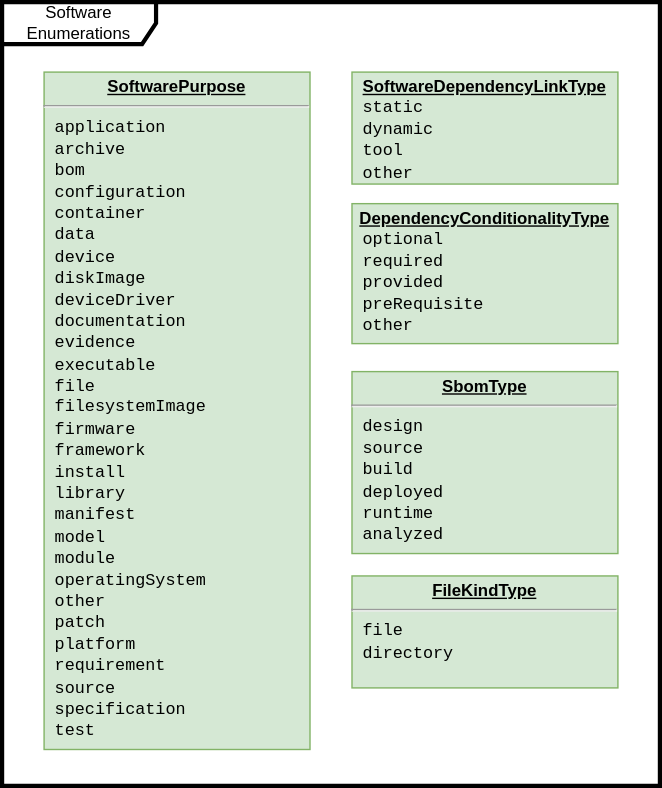
spdx/spdx-3-model keeps this draw.io diagram as model Software Enumerations.svg. Above is the earlier version. Source tidied: cells renumbered, new cells last; positions are measured from the earlier drawing's top-left corner, leaving out a move shared by most shapes. Its diagram source:
```xml
<mxGraphModel>
  <root>
    <mxCell id="0" />
    <mxCell id="1" parent="0" />
    <mxCell id="2" value="Software Enumerations" style="shape=umlFrame;whiteSpace=wrap;html=1;width=110;height=30;strokeWidth=3;" parent="1" vertex="1">
      <mxGeometry width="470" height="560" as="geometry" />
    </mxCell>
    <mxCell id="3" value="&lt;p style=&quot;margin: 0px ; margin-top: 4px ; text-align: center ; text-decoration: underline&quot;&gt;&lt;b&gt;SoftwarePurpose&lt;/b&gt;&lt;/p&gt;&lt;hr&gt;&lt;p style=&quot;margin: 0px 0px 0px 8px&quot;&gt;&lt;font face=&quot;Courier New&quot;&gt;application&lt;/font&gt;&lt;/p&gt;&lt;p style=&quot;margin: 0px 0px 0px 8px&quot;&gt;&lt;span style=&quot;font-family: &amp;quot;Courier New&amp;quot;;&quot;&gt;archive&lt;/span&gt;&lt;font face=&quot;Courier New&quot;&gt;&lt;br&gt;&lt;/font&gt;&lt;/p&gt;&lt;p style=&quot;margin: 0px 0px 0px 8px&quot;&gt;&lt;span style=&quot;font-family: &amp;quot;Courier New&amp;quot;;&quot;&gt;bom&lt;/span&gt;&lt;span style=&quot;font-family: &amp;quot;Courier New&amp;quot;;&quot;&gt;&lt;br&gt;&lt;/span&gt;&lt;/p&gt;&lt;p style=&quot;margin: 0px 0px 0px 8px&quot;&gt;&lt;span style=&quot;font-family: &amp;quot;Courier New&amp;quot;;&quot;&gt;configuration&lt;/span&gt;&lt;span style=&quot;font-family: &amp;quot;Courier New&amp;quot;;&quot;&gt;&lt;br&gt;&lt;/span&gt;&lt;/p&gt;&lt;p style=&quot;margin: 0px 0px 0px 8px&quot;&gt;&lt;span style=&quot;font-family: &amp;quot;Courier New&amp;quot;;&quot;&gt;container&lt;/span&gt;&lt;font face=&quot;Courier New&quot;&gt;&lt;br&gt;&lt;/font&gt;&lt;/p&gt;&lt;p style=&quot;margin: 0px 0px 0px 8px&quot;&gt;&lt;span style=&quot;font-family: &amp;quot;Courier New&amp;quot;;&quot;&gt;data&lt;/span&gt;&lt;span style=&quot;font-family: &amp;quot;Courier New&amp;quot;;&quot;&gt;&lt;br&gt;&lt;/span&gt;&lt;/p&gt;&lt;p style=&quot;margin: 0px 0px 0px 8px&quot;&gt;&lt;span style=&quot;font-family: &amp;quot;Courier New&amp;quot;;&quot;&gt;device&lt;/span&gt;&lt;font face=&quot;Courier New&quot;&gt;&lt;br&gt;&lt;/font&gt;&lt;/p&gt;&lt;p style=&quot;margin: 0px 0px 0px 8px&quot;&gt;&lt;span style=&quot;font-family: &amp;quot;Courier New&amp;quot;;&quot;&gt;diskImage&lt;/span&gt;&lt;/p&gt;&lt;p style=&quot;margin: 0px 0px 0px 8px&quot;&gt;&lt;span style=&quot;font-family: &amp;quot;Courier New&amp;quot;;&quot;&gt;deviceDriver&lt;/span&gt;&lt;/p&gt;&lt;p style=&quot;margin: 0px 0px 0px 8px&quot;&gt;&lt;span style=&quot;font-family: &amp;quot;Courier New&amp;quot;;&quot;&gt;documentation&lt;/span&gt;&lt;span style=&quot;font-family: &amp;quot;Courier New&amp;quot;;&quot;&gt;&lt;br&gt;&lt;/span&gt;&lt;/p&gt;&lt;p style=&quot;margin: 0px 0px 0px 8px&quot;&gt;&lt;span style=&quot;font-family: &amp;quot;Courier New&amp;quot;;&quot;&gt;evidence&lt;/span&gt;&lt;/p&gt;&lt;p style=&quot;margin: 0px 0px 0px 8px&quot;&gt;&lt;span style=&quot;font-family: &amp;quot;Courier New&amp;quot;;&quot;&gt;executable&lt;/span&gt;&lt;span style=&quot;font-family: &amp;quot;Courier New&amp;quot;;&quot;&gt;&lt;br&gt;&lt;/span&gt;&lt;/p&gt;&lt;p style=&quot;margin: 0px 0px 0px 8px&quot;&gt;&lt;span style=&quot;font-family: &amp;quot;Courier New&amp;quot;;&quot;&gt;file&lt;/span&gt;&lt;span style=&quot;font-family: &amp;quot;Courier New&amp;quot;;&quot;&gt;&lt;br&gt;&lt;/span&gt;&lt;/p&gt;&lt;p style=&quot;margin: 0px 0px 0px 8px&quot;&gt;&lt;span style=&quot;font-family: &amp;quot;Courier New&amp;quot;;&quot;&gt;filesystemImage&lt;/span&gt;&lt;/p&gt;&lt;p style=&quot;margin: 0px 0px 0px 8px&quot;&gt;&lt;span style=&quot;font-family: &amp;quot;Courier New&amp;quot;;&quot;&gt;firmware&lt;/span&gt;&lt;font face=&quot;Courier New&quot;&gt;&lt;br&gt;&lt;/font&gt;&lt;/p&gt;&lt;p style=&quot;margin: 0px 0px 0px 8px&quot;&gt;&lt;font face=&quot;Courier New&quot;&gt;framework&lt;/font&gt;&lt;/p&gt;&lt;p style=&quot;margin: 0px 0px 0px 8px&quot;&gt;&lt;span style=&quot;font-family: &amp;quot;Courier New&amp;quot;;&quot;&gt;install&lt;/span&gt;&lt;font face=&quot;Courier New&quot;&gt;&lt;br&gt;&lt;/font&gt;&lt;/p&gt;&lt;p style=&quot;margin: 0px 0px 0px 8px&quot;&gt;&lt;font face=&quot;Courier New&quot;&gt;library&lt;/font&gt;&lt;/p&gt;&lt;p style=&quot;margin: 0px 0px 0px 8px&quot;&gt;&lt;font face=&quot;Courier New&quot;&gt;manifest&lt;/font&gt;&lt;/p&gt;&lt;p style=&quot;margin: 0px 0px 0px 8px&quot;&gt;&lt;font face=&quot;Courier New&quot;&gt;model&lt;/font&gt;&lt;/p&gt;&lt;p style=&quot;margin: 0px 0px 0px 8px&quot;&gt;&lt;span style=&quot;font-family: &amp;quot;Courier New&amp;quot;;&quot;&gt;module&lt;/span&gt;&lt;font face=&quot;Courier New&quot;&gt;&lt;br&gt;&lt;/font&gt;&lt;/p&gt;&lt;p style=&quot;margin: 0px 0px 0px 8px&quot;&gt;&lt;font face=&quot;Courier New&quot;&gt;operatingSystem&lt;/font&gt;&lt;/p&gt;&lt;p style=&quot;margin: 0px 0px 0px 8px&quot;&gt;&lt;font face=&quot;Courier New&quot;&gt;other&lt;/font&gt;&lt;/p&gt;&lt;p style=&quot;margin: 0px 0px 0px 8px&quot;&gt;&lt;span style=&quot;font-family: &amp;quot;Courier New&amp;quot;;&quot;&gt;patch&lt;/span&gt;&lt;span style=&quot;font-family: &amp;quot;Courier New&amp;quot;;&quot;&gt;&lt;br&gt;&lt;/span&gt;&lt;/p&gt;&lt;p style=&quot;margin: 0px 0px 0px 8px&quot;&gt;&lt;span style=&quot;font-family: &amp;quot;Courier New&amp;quot;;&quot;&gt;platform&lt;/span&gt;&lt;/p&gt;&lt;p style=&quot;margin: 0px 0px 0px 8px&quot;&gt;&lt;span style=&quot;font-family: &amp;quot;Courier New&amp;quot;;&quot;&gt;requirement&lt;/span&gt;&lt;/p&gt;&lt;p style=&quot;margin: 0px 0px 0px 8px&quot;&gt;&lt;span style=&quot;font-family: &amp;quot;Courier New&amp;quot;;&quot;&gt;source&lt;/span&gt;&lt;br&gt;&lt;/p&gt;&lt;p style=&quot;margin: 0px 0px 0px 8px&quot;&gt;&lt;span style=&quot;font-family: &amp;quot;Courier New&amp;quot;;&quot;&gt;specification&lt;/span&gt;&lt;/p&gt;&lt;p style=&quot;margin: 0px 0px 0px 8px&quot;&gt;&lt;font face=&quot;Courier New&quot;&gt;test&lt;/font&gt;&lt;/p&gt;" style="verticalAlign=top;align=left;overflow=fill;fontSize=12;fontFamily=Helvetica;html=1;fillColor=#d5e8d4;strokeColor=#82b366;" parent="1" vertex="1">
      <mxGeometry x="30" y="50" width="190" height="484" as="geometry" />
    </mxCell>
    <mxCell id="4" value="&lt;p style=&quot;margin: 0px ; margin-top: 4px ; text-align: center ; text-decoration: underline&quot;&gt;&lt;b&gt;SoftwareDependencyLinkType&lt;/b&gt;&lt;/p&gt;&lt;p style=&quot;margin: 0px 0px 0px 8px&quot;&gt;&lt;span style=&quot;font-family: &amp;quot;Courier New&amp;quot;; background-color: initial;&quot;&gt;static&lt;/span&gt;&lt;br&gt;&lt;/p&gt;&lt;p style=&quot;margin: 0px 0px 0px 8px&quot;&gt;&lt;font face=&quot;Courier New&quot;&gt;dynamic&lt;/font&gt;&lt;/p&gt;&lt;p style=&quot;margin: 0px 0px 0px 8px&quot;&gt;&lt;font face=&quot;Courier New&quot;&gt;tool&lt;/font&gt;&lt;/p&gt;&lt;p style=&quot;margin: 0px 0px 0px 8px&quot;&gt;&lt;font face=&quot;Courier New&quot;&gt;other&lt;/font&gt;&lt;/p&gt;" style="verticalAlign=top;align=left;overflow=fill;fontSize=12;fontFamily=Helvetica;html=1;fillColor=#d5e8d4;strokeColor=#82b366;" parent="1" vertex="1">
      <mxGeometry x="250" y="50" width="190" height="80" as="geometry" />
    </mxCell>
    <mxCell id="5" value="&lt;p style=&quot;margin: 0px ; margin-top: 4px ; text-align: center ; text-decoration: underline&quot;&gt;&lt;b&gt;DependencyConditionalityType&lt;/b&gt;&lt;/p&gt;&lt;p style=&quot;margin: 0px 0px 0px 8px&quot;&gt;&lt;span style=&quot;font-family: &amp;quot;Courier New&amp;quot;; background-color: initial;&quot;&gt;optional&lt;/span&gt;&lt;br&gt;&lt;/p&gt;&lt;p style=&quot;margin: 0px 0px 0px 8px&quot;&gt;&lt;font face=&quot;Courier New&quot;&gt;required&lt;/font&gt;&lt;/p&gt;&lt;p style=&quot;margin: 0px 0px 0px 8px&quot;&gt;&lt;font face=&quot;Courier New&quot;&gt;provided&lt;/font&gt;&lt;/p&gt;&lt;p style=&quot;margin: 0px 0px 0px 8px&quot;&gt;&lt;font face=&quot;Courier New&quot;&gt;preRequisite&lt;/font&gt;&lt;/p&gt;&lt;p style=&quot;margin: 0px 0px 0px 8px&quot;&gt;&lt;font face=&quot;Courier New&quot;&gt;other&lt;/font&gt;&lt;/p&gt;" style="verticalAlign=top;align=left;overflow=fill;fontSize=12;fontFamily=Helvetica;html=1;fillColor=#d5e8d4;strokeColor=#82b366;" parent="1" vertex="1">
      <mxGeometry x="250" y="144" width="190" height="100" as="geometry" />
    </mxCell>
    <mxCell id="6" value="&lt;p style=&quot;margin: 0px ; margin-top: 4px ; text-align: center ; text-decoration: underline&quot;&gt;&lt;b&gt;SbomType&lt;/b&gt;&lt;/p&gt;&lt;hr&gt;&lt;p style=&quot;margin: 0px 0px 0px 8px&quot;&gt;&lt;font face=&quot;Courier New&quot;&gt;design&lt;/font&gt;&lt;/p&gt;&lt;p style=&quot;margin: 0px 0px 0px 8px&quot;&gt;&lt;font face=&quot;Courier New&quot;&gt;source&lt;/font&gt;&lt;/p&gt;&lt;p style=&quot;margin: 0px 0px 0px 8px&quot;&gt;&lt;font face=&quot;Courier New&quot;&gt;build&lt;/font&gt;&lt;/p&gt;&lt;p style=&quot;margin: 0px 0px 0px 8px&quot;&gt;&lt;font face=&quot;Courier New&quot;&gt;deployed&lt;/font&gt;&lt;/p&gt;&lt;p style=&quot;margin: 0px 0px 0px 8px&quot;&gt;&lt;font face=&quot;Courier New&quot;&gt;runtime&lt;/font&gt;&lt;/p&gt;&lt;p style=&quot;margin: 0px 0px 0px 8px&quot;&gt;&lt;font face=&quot;Courier New&quot;&gt;analyzed&lt;/font&gt;&lt;/p&gt;" style="verticalAlign=top;align=left;overflow=fill;fontSize=12;fontFamily=Helvetica;html=1;fillColor=#d5e8d4;strokeColor=#82b366;" parent="1" vertex="1">
      <mxGeometry x="250" y="264" width="190" height="130" as="geometry" />
    </mxCell>
    <mxCell id="7" value="&lt;p style=&quot;margin: 0px ; margin-top: 4px ; text-align: center ; text-decoration: underline&quot;&gt;&lt;b&gt;FileKindType&lt;/b&gt;&lt;/p&gt;&lt;hr&gt;&lt;p style=&quot;margin: 0px 0px 0px 8px&quot;&gt;&lt;font face=&quot;Courier New&quot;&gt;file&lt;/font&gt;&lt;/p&gt;&lt;p style=&quot;margin: 0px 0px 0px 8px&quot;&gt;&lt;font face=&quot;Courier New&quot;&gt;directory&lt;/font&gt;&lt;/p&gt;" style="verticalAlign=top;align=left;overflow=fill;fontSize=12;fontFamily=Helvetica;html=1;fillColor=#d5e8d4;strokeColor=#82b366;" parent="1" vertex="1">
      <mxGeometry x="250" y="410" width="190" height="80" as="geometry" />
    </mxCell>
  </root>
</mxGraphModel>
```
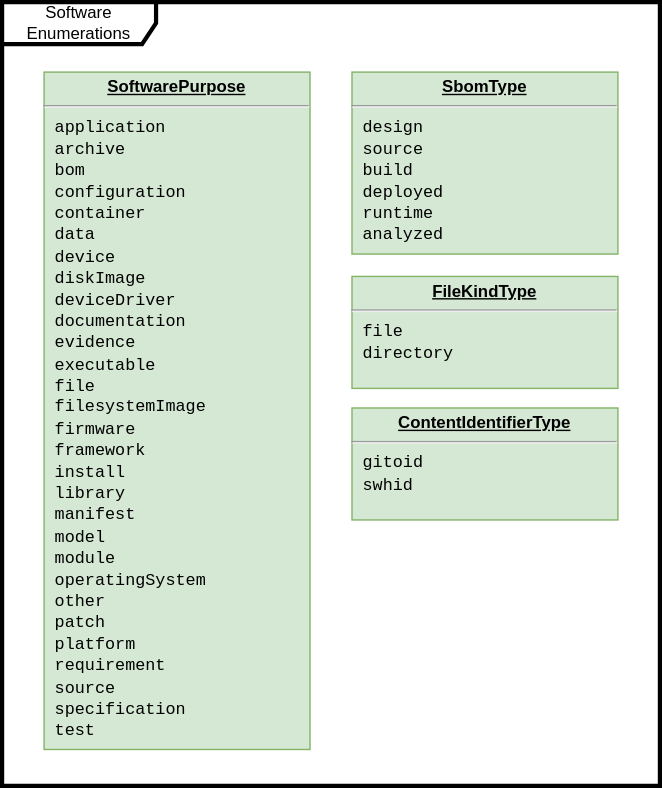
After the change.

Change to the diagram source:
```diff
@@ -8,17 +8,14 @@
     <mxCell id="3" value="&lt;p style=&quot;margin: 0px ; margin-top: 4px ; text-align: center ; text-decoration: underline&quot;&gt;&lt;b&gt;SoftwarePurpose&lt;/b&gt;&lt;/p&gt;&lt;hr&gt;&lt;p style=&quot;margin: 0px 0px 0px 8px&quot;&gt;&lt;font face=&quot;Courier New&quot;&gt;application&lt;/font&gt;&lt;/p&gt;&lt;p style=&quot;margin: 0px 0px 0px 8px&quot;&gt;&lt;span style=&quot;font-family: &amp;quot;Courier New&amp;quot;;&quot;&gt;archive&lt;/span&gt;&lt;font face=&quot;Courier New&quot;&gt;&lt;br&gt;&lt;/font&gt;&lt;/p&gt;&lt;p style=&quot;margin: 0px 0px 0px 8px&quot;&gt;&lt;span style=&quot;font-family: &amp;quot;Courier New&amp;quot;;&quot;&gt;bom&lt;/span&gt;&lt;span style=&quot;font-family: &amp;quot;Courier New&amp;quot;;&quot;&gt;&lt;br&gt;&lt;/span&gt;&lt;/p&gt;&lt;p style=&quot;margin: 0px 0px 0px 8px&quot;&gt;&lt;span style=&quot;font-family: &amp;quot;Courier New&amp;quot;;&quot;&gt;configuration&lt;/span&gt;&lt;span style=&quot;font-family: &amp;quot;Courier New&amp;quot;;&quot;&gt;&lt;br&gt;&lt;/span&gt;&lt;/p&gt;&lt;p style=&quot;margin: 0px 0px 0px 8px&quot;&gt;&lt;span style=&quot;font-family: &amp;quot;Courier New&amp;quot;;&quot;&gt;container&lt;/span&gt;&lt;font face=&quot;Courier New&quot;&gt;&lt;br&gt;&lt;/font&gt;&lt;/p&gt;&lt;p style=&quot;margin: 0px 0px 0px 8px&quot;&gt;&lt;span style=&quot;font-family: &amp;quot;Courier New&amp;quot;;&quot;&gt;data&lt;/span&gt;&lt;span style=&quot;font-family: &amp;quot;Courier New&amp;quot;;&quot;&gt;&lt;br&gt;&lt;/span&gt;&lt;/p&gt;&lt;p style=&quot;margin: 0px 0px 0px 8px&quot;&gt;&lt;span style=&quot;font-family: &amp;quot;Courier New&amp;quot;;&quot;&gt;device&lt;/span&gt;&lt;font face=&quot;Courier New&quot;&gt;&lt;br&gt;&lt;/font&gt;&lt;/p&gt;&lt;p style=&quot;margin: 0px 0px 0px 8px&quot;&gt;&lt;span style=&quot;font-family: &amp;quot;Courier New&amp;quot;;&quot;&gt;diskImage&lt;/span&gt;&lt;/p&gt;&lt;p style=&quot;margin: 0px 0px 0px 8px&quot;&gt;&lt;span style=&quot;font-family: &amp;quot;Courier New&amp;quot;;&quot;&gt;deviceDriver&lt;/span&gt;&lt;/p&gt;&lt;p style=&quot;margin: 0px 0px 0px 8px&quot;&gt;&lt;span style=&quot;font-family: &amp;quot;Courier New&amp;quot;;&quot;&gt;documentation&lt;/span&gt;&lt;span style=&quot;font-family: &amp;quot;Courier New&amp;quot;;&quot;&gt;&lt;br&gt;&lt;/span&gt;&lt;/p&gt;&lt;p style=&quot;margin: 0px 0px 0px 8px&quot;&gt;&lt;span style=&quot;font-family: &amp;quot;Courier New&amp;quot;;&quot;&gt;evidence&lt;/span&gt;&lt;/p&gt;&lt;p style=&quot;margin: 0px 0px 0px 8px&quot;&gt;&lt;span style=&quot;font-family: &amp;quot;Courier New&amp;quot;;&quot;&gt;executable&lt;/span&gt;&lt;span style=&quot;font-family: &amp;quot;Courier New&amp;quot;;&quot;&gt;&lt;br&gt;&lt;/span&gt;&lt;/p&gt;&lt;p style=&quot;margin: 0px 0px 0px 8px&quot;&gt;&lt;span style=&quot;font-family: &amp;quot;Courier New&amp;quot;;&quot;&gt;file&lt;/span&gt;&lt;span style=&quot;font-family: &amp;quot;Courier New&amp;quot;;&quot;&gt;&lt;br&gt;&lt;/span&gt;&lt;/p&gt;&lt;p style=&quot;margin: 0px 0px 0px 8px&quot;&gt;&lt;span style=&quot;font-family: &amp;quot;Courier New&amp;quot;;&quot;&gt;filesystemImage&lt;/span&gt;&lt;/p&gt;&lt;p style=&quot;margin: 0px 0px 0px 8px&quot;&gt;&lt;span style=&quot;font-family: &amp;quot;Courier New&amp;quot;;&quot;&gt;firmware&lt;/span&gt;&lt;font face=&quot;Courier New&quot;&gt;&lt;br&gt;&lt;/font&gt;&lt;/p&gt;&lt;p style=&quot;margin: 0px 0px 0px 8px&quot;&gt;&lt;font face=&quot;Courier New&quot;&gt;framework&lt;/font&gt;&lt;/p&gt;&lt;p style=&quot;margin: 0px 0px 0px 8px&quot;&gt;&lt;span style=&quot;font-family: &amp;quot;Courier New&amp;quot;;&quot;&gt;install&lt;/span&gt;&lt;font face=&quot;Courier New&quot;&gt;&lt;br&gt;&lt;/font&gt;&lt;/p&gt;&lt;p style=&quot;margin: 0px 0px 0px 8px&quot;&gt;&lt;font face=&quot;Courier New&quot;&gt;library&lt;/font&gt;&lt;/p&gt;&lt;p style=&quot;margin: 0px 0px 0px 8px&quot;&gt;&lt;font face=&quot;Courier New&quot;&gt;manifest&lt;/font&gt;&lt;/p&gt;&lt;p style=&quot;margin: 0px 0px 0px 8px&quot;&gt;&lt;font face=&quot;Courier New&quot;&gt;model&lt;/font&gt;&lt;/p&gt;&lt;p style=&quot;margin: 0px 0px 0px 8px&quot;&gt;&lt;span style=&quot;font-family: &amp;quot;Courier New&amp;quot;;&quot;&gt;module&lt;/span&gt;&lt;font face=&quot;Courier New&quot;&gt;&lt;br&gt;&lt;/font&gt;&lt;/p&gt;&lt;p style=&quot;margin: 0px 0px 0px 8px&quot;&gt;&lt;font face=&quot;Courier New&quot;&gt;operatingSystem&lt;/font&gt;&lt;/p&gt;&lt;p style=&quot;margin: 0px 0px 0px 8px&quot;&gt;&lt;font face=&quot;Courier New&quot;&gt;other&lt;/font&gt;&lt;/p&gt;&lt;p style=&quot;margin: 0px 0px 0px 8px&quot;&gt;&lt;span style=&quot;font-family: &amp;quot;Courier New&amp;quot;;&quot;&gt;patch&lt;/span&gt;&lt;span style=&quot;font-family: &amp;quot;Courier New&amp;quot;;&quot;&gt;&lt;br&gt;&lt;/span&gt;&lt;/p&gt;&lt;p style=&quot;margin: 0px 0px 0px 8px&quot;&gt;&lt;span style=&quot;font-family: &amp;quot;Courier New&amp;quot;;&quot;&gt;platform&lt;/span&gt;&lt;/p&gt;&lt;p style=&quot;margin: 0px 0px 0px 8px&quot;&gt;&lt;span style=&quot;font-family: &amp;quot;Courier New&amp;quot;;&quot;&gt;requirement&lt;/span&gt;&lt;/p&gt;&lt;p style=&quot;margin: 0px 0px 0px 8px&quot;&gt;&lt;span style=&quot;font-family: &amp;quot;Courier New&amp;quot;;&quot;&gt;source&lt;/span&gt;&lt;br&gt;&lt;/p&gt;&lt;p style=&quot;margin: 0px 0px 0px 8px&quot;&gt;&lt;span style=&quot;font-family: &amp;quot;Courier New&amp;quot;;&quot;&gt;specification&lt;/span&gt;&lt;/p&gt;&lt;p style=&quot;margin: 0px 0px 0px 8px&quot;&gt;&lt;font face=&quot;Courier New&quot;&gt;test&lt;/font&gt;&lt;/p&gt;" style="verticalAlign=top;align=left;overflow=fill;fontSize=12;fontFamily=Helvetica;html=1;fillColor=#d5e8d4;strokeColor=#82b366;" parent="1" vertex="1">
       <mxGeometry x="30" y="50" width="190" height="484" as="geometry" />
     </mxCell>
-    <mxCell id="4" value="&lt;p style=&quot;margin: 0px ; margin-top: 4px ; text-align: center ; text-decoration: underline&quot;&gt;&lt;b&gt;SoftwareDependencyLinkType&lt;/b&gt;&lt;/p&gt;&lt;p style=&quot;margin: 0px 0px 0px 8px&quot;&gt;&lt;span style=&quot;font-family: &amp;quot;Courier New&amp;quot;; background-color: initial;&quot;&gt;static&lt;/span&gt;&lt;br&gt;&lt;/p&gt;&lt;p style=&quot;margin: 0px 0px 0px 8px&quot;&gt;&lt;font face=&quot;Courier New&quot;&gt;dynamic&lt;/font&gt;&lt;/p&gt;&lt;p style=&quot;margin: 0px 0px 0px 8px&quot;&gt;&lt;font face=&quot;Courier New&quot;&gt;tool&lt;/font&gt;&lt;/p&gt;&lt;p style=&quot;margin: 0px 0px 0px 8px&quot;&gt;&lt;font face=&quot;Courier New&quot;&gt;other&lt;/font&gt;&lt;/p&gt;" style="verticalAlign=top;align=left;overflow=fill;fontSize=12;fontFamily=Helvetica;html=1;fillColor=#d5e8d4;strokeColor=#82b366;" parent="1" vertex="1">
-      <mxGeometry x="250" y="50" width="190" height="80" as="geometry" />
-    </mxCell>
-    <mxCell id="5" value="&lt;p style=&quot;margin: 0px ; margin-top: 4px ; text-align: center ; text-decoration: underline&quot;&gt;&lt;b&gt;DependencyConditionalityType&lt;/b&gt;&lt;/p&gt;&lt;p style=&quot;margin: 0px 0px 0px 8px&quot;&gt;&lt;span style=&quot;font-family: &amp;quot;Courier New&amp;quot;; background-color: initial;&quot;&gt;optional&lt;/span&gt;&lt;br&gt;&lt;/p&gt;&lt;p style=&quot;margin: 0px 0px 0px 8px&quot;&gt;&lt;font face=&quot;Courier New&quot;&gt;required&lt;/font&gt;&lt;/p&gt;&lt;p style=&quot;margin: 0px 0px 0px 8px&quot;&gt;&lt;font face=&quot;Courier New&quot;&gt;provided&lt;/font&gt;&lt;/p&gt;&lt;p style=&quot;margin: 0px 0px 0px 8px&quot;&gt;&lt;font face=&quot;Courier New&quot;&gt;preRequisite&lt;/font&gt;&lt;/p&gt;&lt;p style=&quot;margin: 0px 0px 0px 8px&quot;&gt;&lt;font face=&quot;Courier New&quot;&gt;other&lt;/font&gt;&lt;/p&gt;" style="verticalAlign=top;align=left;overflow=fill;fontSize=12;fontFamily=Helvetica;html=1;fillColor=#d5e8d4;strokeColor=#82b366;" parent="1" vertex="1">
-      <mxGeometry x="250" y="144" width="190" height="100" as="geometry" />
-    </mxCell>
     <mxCell id="6" value="&lt;p style=&quot;margin: 0px ; margin-top: 4px ; text-align: center ; text-decoration: underline&quot;&gt;&lt;b&gt;SbomType&lt;/b&gt;&lt;/p&gt;&lt;hr&gt;&lt;p style=&quot;margin: 0px 0px 0px 8px&quot;&gt;&lt;font face=&quot;Courier New&quot;&gt;design&lt;/font&gt;&lt;/p&gt;&lt;p style=&quot;margin: 0px 0px 0px 8px&quot;&gt;&lt;font face=&quot;Courier New&quot;&gt;source&lt;/font&gt;&lt;/p&gt;&lt;p style=&quot;margin: 0px 0px 0px 8px&quot;&gt;&lt;font face=&quot;Courier New&quot;&gt;build&lt;/font&gt;&lt;/p&gt;&lt;p style=&quot;margin: 0px 0px 0px 8px&quot;&gt;&lt;font face=&quot;Courier New&quot;&gt;deployed&lt;/font&gt;&lt;/p&gt;&lt;p style=&quot;margin: 0px 0px 0px 8px&quot;&gt;&lt;font face=&quot;Courier New&quot;&gt;runtime&lt;/font&gt;&lt;/p&gt;&lt;p style=&quot;margin: 0px 0px 0px 8px&quot;&gt;&lt;font face=&quot;Courier New&quot;&gt;analyzed&lt;/font&gt;&lt;/p&gt;" style="verticalAlign=top;align=left;overflow=fill;fontSize=12;fontFamily=Helvetica;html=1;fillColor=#d5e8d4;strokeColor=#82b366;" parent="1" vertex="1">
-      <mxGeometry x="250" y="264" width="190" height="130" as="geometry" />
+      <mxGeometry x="250" y="50" width="190" height="130" as="geometry" />
     </mxCell>
     <mxCell id="7" value="&lt;p style=&quot;margin: 0px ; margin-top: 4px ; text-align: center ; text-decoration: underline&quot;&gt;&lt;b&gt;FileKindType&lt;/b&gt;&lt;/p&gt;&lt;hr&gt;&lt;p style=&quot;margin: 0px 0px 0px 8px&quot;&gt;&lt;font face=&quot;Courier New&quot;&gt;file&lt;/font&gt;&lt;/p&gt;&lt;p style=&quot;margin: 0px 0px 0px 8px&quot;&gt;&lt;font face=&quot;Courier New&quot;&gt;directory&lt;/font&gt;&lt;/p&gt;" style="verticalAlign=top;align=left;overflow=fill;fontSize=12;fontFamily=Helvetica;html=1;fillColor=#d5e8d4;strokeColor=#82b366;" parent="1" vertex="1">
-      <mxGeometry x="250" y="410" width="190" height="80" as="geometry" />
+      <mxGeometry x="250" y="196" width="190" height="80" as="geometry" />
     </mxCell>
+    <mxCell id="8" value="&lt;p style=&quot;margin: 0px ; margin-top: 4px ; text-align: center ; text-decoration: underline&quot;&gt;&lt;b&gt;ContentIdentifierType&lt;/b&gt;&lt;/p&gt;&lt;hr&gt;&lt;p style=&quot;margin: 0px 0px 0px 8px&quot;&gt;&lt;font face=&quot;Courier New&quot;&gt;gitoid&lt;/font&gt;&lt;/p&gt;&lt;p style=&quot;margin: 0px 0px 0px 8px&quot;&gt;&lt;font face=&quot;Courier New&quot;&gt;swhid&lt;/font&gt;&lt;/p&gt;" style="verticalAlign=top;align=left;overflow=fill;fontSize=12;fontFamily=Helvetica;html=1;fillColor=#d5e8d4;strokeColor=#82b366;" parent="1" vertex="1">
+      <mxGeometry x="250" y="290" width="190" height="80" as="geometry" />
+    </mxCell>
   </root>
 </mxGraphModel>
```
